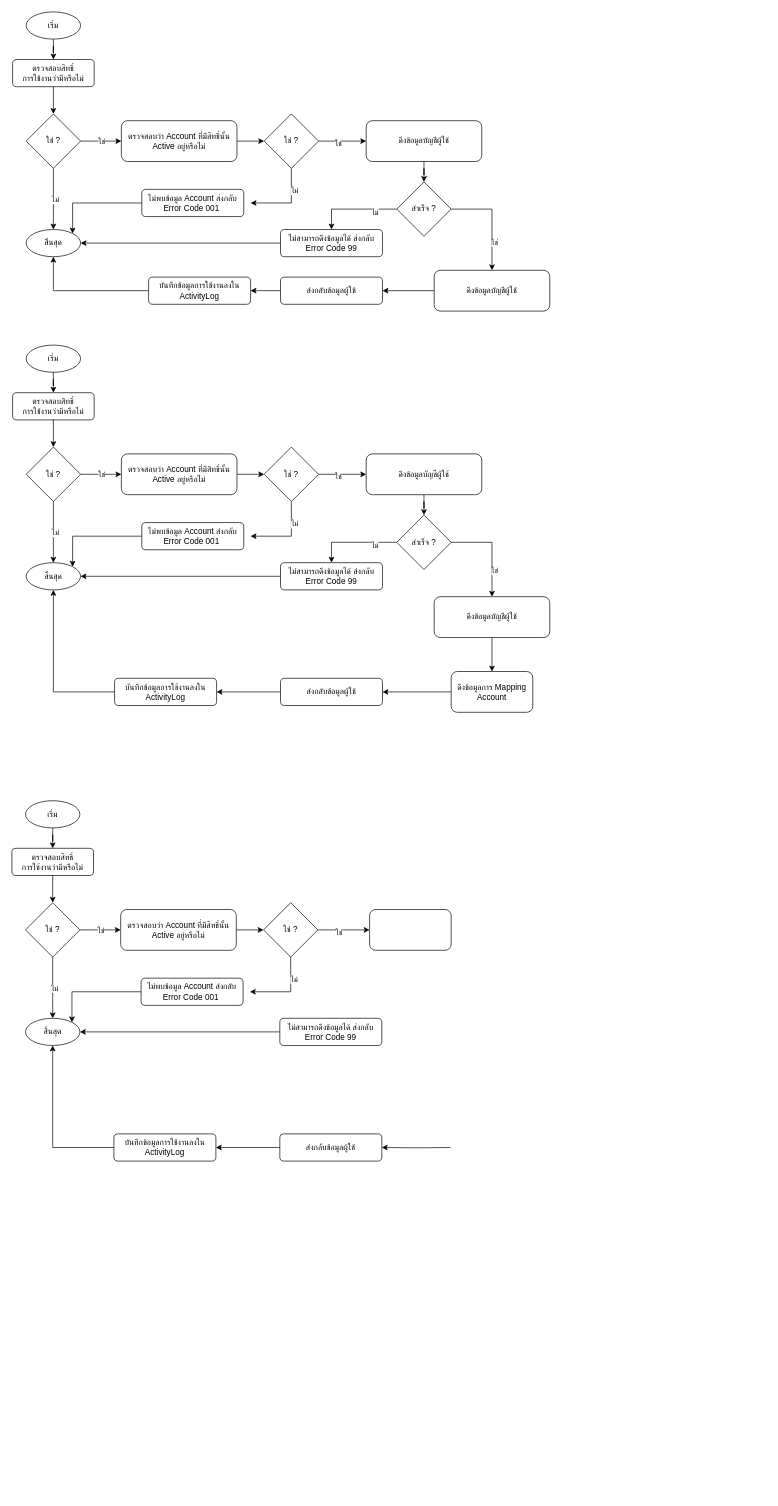
Earlier version of the draw.io diagram account.drawio (charifrodmanee/charifrodmanee). Source tidied: cells renumbered, new cells numbered last; positions are measured from the earlier drawing's top-left corner, leaving out a move shared by most shapes. Both pictures are drawn from the tidied source at 68%, with x=0, y=0 at pixel (12, 12).
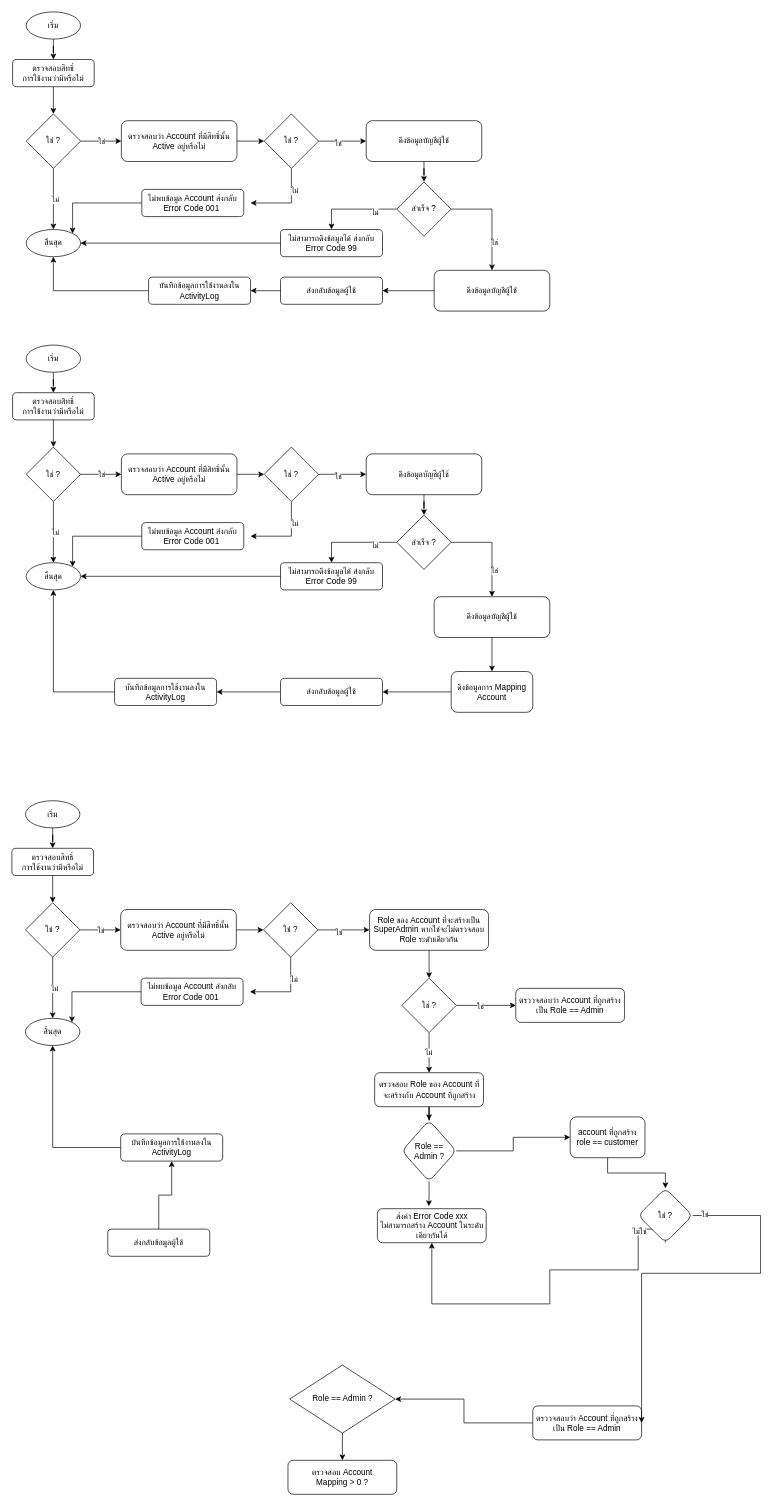
After the change.

Unchanged cells that the change refers to:
```xml
<mxCell id="83" value="ใช่ ?" style="rhombus;whiteSpace=wrap;html=1;" parent="1" vertex="1">
  <mxGeometry x="370" y="1310" width="80" height="80" as="geometry" />
</mxCell>
<mxCell id="90" value="สิ้นสุด" style="ellipse;whiteSpace=wrap;html=1;" parent="1" vertex="1">
  <mxGeometry x="20" y="1480" width="80" height="40" as="geometry" />
</mxCell>
```

Change to the diagram source:
```diff
@@
-    <mxCell id="85" style="edgeStyle=orthogonalEdgeStyle;rounded=0;jettySize=auto;html=1;entryX=0;entryY=0.5;entryDx=0;entryDy=0;" parent="1" edge="1" source="83" target="99">
+    <mxCell id="85" style="edgeStyle=orthogonalEdgeStyle;rounded=0;jettySize=auto;html=1;" parent="1" edge="1" source="83" target="101">
       <mxGeometry relative="1" as="geometry" />
     </mxCell>
@@
-    <mxCell id="87" value="ไม่สามารถดึงข้อมูลได้ ส่งกลับ Error Code 99" style="rounded=1;whiteSpace=wrap;html=1;" parent="1" vertex="1">
-      <mxGeometry x="394" y="1480" width="150" height="40" as="geometry" />
-    </mxCell>
@@
     <mxCell id="89" value="ส่งกลับข้อมูลผู้ใช้" style="rounded=1;whiteSpace=wrap;html=1;" parent="1" vertex="1">
-      <mxGeometry x="394" y="1650" width="150" height="40" as="geometry" />
+      <mxGeometry x="141" y="1790" width="150" height="40" as="geometry" />
     </mxCell>
@@
-    <mxCell id="93" style="edgeStyle=orthogonalEdgeStyle;rounded=0;jettySize=auto;html=1;" parent="1" edge="1" source="87" target="90">
-      <mxGeometry relative="1" as="geometry" />
-    </mxCell>
@@
     <mxCell id="96" value="บันทึกข้อมูลการใช้งานลงใน ActivityLog" style="rounded=1;whiteSpace=wrap;html=1;" parent="1" vertex="1">
-      <mxGeometry x="150" y="1650" width="150" height="40" as="geometry" />
+      <mxGeometry x="160" y="1650" width="150" height="40" as="geometry" />
     </mxCell>
@@
-    <mxCell id="98" style="edgeStyle=orthogonalEdgeStyle;rounded=0;jettySize=auto;html=1;" parent="1" edge="1" target="89">
-      <mxGeometry relative="1" as="geometry">
-        <mxPoint x="645" y="1670" as="sourcePoint" />
-      </mxGeometry>
-    </mxCell>
-    <mxCell id="99" style="rounded=1;whiteSpace=wrap;html=1;" parent="1" vertex="1">
-      <mxGeometry x="526" y="1320" width="120" height="60" as="geometry" />
-    </mxCell>
+    <mxCell id="100" style="edgeStyle=orthogonalEdgeStyle;rounded=0;jettySize=auto;html=1;" parent="1" edge="1" source="101" target="106">
+      <mxGeometry relative="1" as="geometry" />
+    </mxCell>
+    <mxCell id="101" value="Role ของ Account ที่จะสร้างเป็น SuperAdmin หากใช่จะไม่ตรวจสอบ Role ระดับเดียวกัน" style="rounded=1;whiteSpace=wrap;html=1;" parent="1" vertex="1">
+      <mxGeometry x="526" y="1320" width="175" height="60" as="geometry" />
+    </mxCell>
+    <mxCell id="102" style="edgeStyle=orthogonalEdgeStyle;rounded=0;jettySize=auto;html=1;" parent="1" edge="1" source="106" target="125">
+      <mxGeometry relative="1" as="geometry" />
+    </mxCell>
+    <mxCell id="103" value="ใช่" style="edgeLabel;html=1;align=center;verticalAlign=middle;" parent="102" vertex="1">
+      <mxGeometry x="-0.19" y="-1" relative="1" as="geometry" />
+    </mxCell>
+    <mxCell id="104" style="edgeStyle=orthogonalEdgeStyle;rounded=0;jettySize=auto;html=1;" parent="1" edge="1" source="106" target="108">
+      <mxGeometry relative="1" as="geometry" />
+    </mxCell>
+    <mxCell id="105" value="ไม่" style="edgeLabel;html=1;align=center;verticalAlign=middle;" parent="104" vertex="1">
+      <mxGeometry x="-0.03" y="-1" relative="1" as="geometry" />
+    </mxCell>
+    <mxCell id="106" value="ใช่ ?" style="rhombus;whiteSpace=wrap;html=1;" parent="1" vertex="1">
+      <mxGeometry x="573.5" y="1421" width="80" height="80" as="geometry" />
+    </mxCell>
+    <mxCell id="107" style="edgeStyle=orthogonalEdgeStyle;rounded=0;jettySize=auto;html=1;" parent="1" edge="1" source="108" target="117">
+      <mxGeometry relative="1" as="geometry" />
+    </mxCell>
+    <mxCell id="108" value="ตรวจสอบ Role ของ Account ที่จะสร้างกับ Account ที่ถูกสร้าง" style="rounded=1;whiteSpace=wrap;html=1;" parent="1" vertex="1">
+      <mxGeometry x="533.5" y="1560" width="160" height="50" as="geometry" />
+    </mxCell>
+    <mxCell id="109" value="ส่งค่า Error Code xxx &lt;br&gt;ไม่สามารถสร้าง Account ในระดับเดียวกันได้" style="rounded=1;whiteSpace=wrap;html=1;" parent="1" vertex="1">
+      <mxGeometry x="537.5" y="1760" width="160" height="50" as="geometry" />
+    </mxCell>
+    <mxCell id="110" style="edgeStyle=orthogonalEdgeStyle;rounded=0;jettySize=auto;html=1;" parent="1" edge="1" source="111" target="113">
+      <mxGeometry relative="1" as="geometry" />
+    </mxCell>
+    <mxCell id="111" value="ตรววจสอบว่า Account ที่ถูกสร้าง เป็น Role == Admin" style="rounded=1;whiteSpace=wrap;html=1;" parent="1" vertex="1">
+      <mxGeometry x="766" y="2050" width="160" height="50" as="geometry" />
+    </mxCell>
+    <mxCell id="112" style="edgeStyle=orthogonalEdgeStyle;rounded=0;jettySize=auto;html=1;" parent="1" edge="1" source="113" target="114">
+      <mxGeometry relative="1" as="geometry" />
+    </mxCell>
+    <mxCell id="113" value="Role == Admin ?" style="rhombus;whiteSpace=wrap;html=1;" parent="1" vertex="1">
+      <mxGeometry x="408.5" y="1990" width="155" height="100" as="geometry" />
+    </mxCell>
+    <mxCell id="114" value="ตรวจสอบ Account &lt;br&gt;Mapping &amp;gt; 0 ?" style="rounded=1;whiteSpace=wrap;html=1;" parent="1" vertex="1">
+      <mxGeometry x="406" y="2130" width="160" height="50" as="geometry" />
+    </mxCell>
+    <mxCell id="115" style="edgeStyle=orthogonalEdgeStyle;rounded=0;jettySize=auto;html=1;" parent="1" edge="1" source="117" target="119">
+      <mxGeometry relative="1" as="geometry" />
+    </mxCell>
+    <mxCell id="116" style="edgeStyle=orthogonalEdgeStyle;rounded=0;jettySize=auto;html=1;entryX=0.473;entryY=-0.073;entryDx=0;entryDy=0;entryPerimeter=0;" parent="1" edge="1" source="117" target="109">
+      <mxGeometry relative="1" as="geometry" />
+    </mxCell>
+    <mxCell id="117" value="Role == Admin ?" style="rhombus;whiteSpace=wrap;html=1;rounded=1;" parent="1" vertex="1">
+      <mxGeometry x="573.5" y="1630" width="80" height="90" as="geometry" />
+    </mxCell>
+    <mxCell id="118" style="edgeStyle=orthogonalEdgeStyle;rounded=0;jettySize=auto;html=1;" parent="1" edge="1" source="119" target="124">
+      <mxGeometry relative="1" as="geometry" />
+    </mxCell>
+    <mxCell id="119" value="account ที่ถูกสร้าง role == customer" style="rounded=1;whiteSpace=wrap;html=1;" parent="1" vertex="1">
+      <mxGeometry x="821" y="1625" width="110" height="60" as="geometry" />
+    </mxCell>
+    <mxCell id="120" style="edgeStyle=orthogonalEdgeStyle;rounded=0;jettySize=auto;html=1;entryX=0.5;entryY=1;entryDx=0;entryDy=0;exitX=0.5;exitY=1;exitDx=0;exitDy=0;" parent="1" edge="1" source="124" target="109">
+      <mxGeometry relative="1" as="geometry">
+        <Array as="points">
+          <mxPoint x="921" y="1790" />
+          <mxPoint x="921" y="1850" />
+          <mxPoint x="791" y="1850" />
+          <mxPoint x="791" y="1900" />
+          <mxPoint x="618" y="1900" />
+        </Array>
+      </mxGeometry>
+    </mxCell>
+    <mxCell id="121" value="ไม่ใช่" style="edgeLabel;html=1;align=center;verticalAlign=middle;" parent="120" vertex="1">
+      <mxGeometry x="-0.79" y="2" relative="1" as="geometry" />
+    </mxCell>
+    <mxCell id="122" style="edgeStyle=orthogonalEdgeStyle;rounded=0;jettySize=auto;html=1;entryX=1;entryY=0.5;entryDx=0;entryDy=0;exitX=1;exitY=0.5;exitDx=0;exitDy=0;" parent="1" edge="1" source="124" target="111">
+      <mxGeometry relative="1" as="geometry">
+        <Array as="points">
+          <mxPoint x="1101" y="1770" />
+          <mxPoint x="1101" y="1855" />
+          <mxPoint x="926" y="1855" />
+        </Array>
+      </mxGeometry>
+    </mxCell>
+    <mxCell id="123" value="ใช่" style="edgeLabel;html=1;align=center;verticalAlign=middle;" parent="122" vertex="1">
+      <mxGeometry x="-0.94" y="2" relative="1" as="geometry" />
+    </mxCell>
+    <mxCell id="124" value="ใช่ ?" style="rhombus;whiteSpace=wrap;html=1;rounded=1;" parent="1" vertex="1">
+      <mxGeometry x="921" y="1730" width="80" height="80" as="geometry" />
+    </mxCell>
+    <mxCell id="125" value="ตรววจสอบว่า Account ที่ถูกสร้าง เป็น Role == Admin" style="rounded=1;whiteSpace=wrap;html=1;" parent="1" vertex="1">
+      <mxGeometry x="741" y="1436" width="160" height="50" as="geometry" />
+    </mxCell>
```
